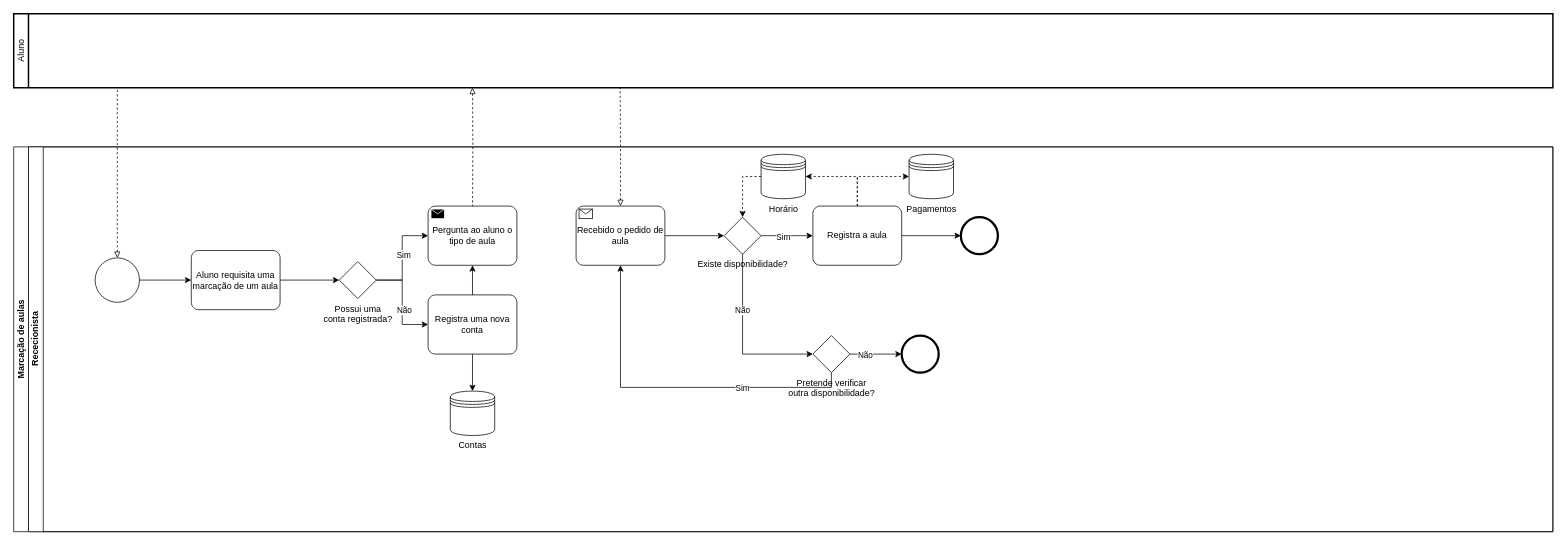
This is projeto1_marcacao_de_aulas.drawio from Leonardov5/draw.io, a draw.io file, before an edit. Source tidied: cells renumbered, new cells numbered last; positions are measured from the earlier drawing's top-left corner, leaving out a move shared by most shapes. Both pictures are drawn from the tidied source at 74%, with x=0, y=0 at pixel (13, 13).
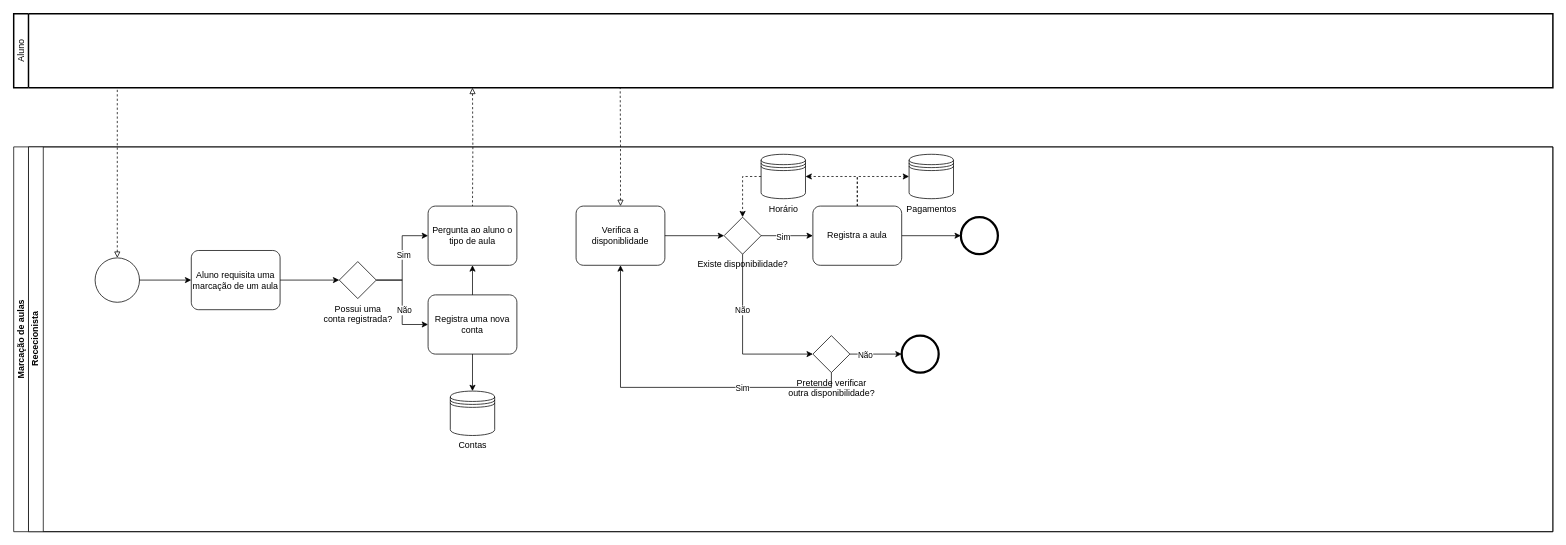
The same page after the edit.

The change refers to these unchanged cells:
```xml
<mxCell id="3" value="&lt;div&gt;Rececionista&lt;/div&gt;" style="swimlane;html=1;startSize=20;horizontal=0;" parent="2" vertex="1">
  <mxGeometry x="20" width="2060" height="520" as="geometry" />
</mxCell>
```

Change to the diagram source:
```diff
@@
-    <mxCell id="17" value="Pergunta ao aluno o tipo de aula" style="points=[[0.25,0,0],[0.5,0,0],[0.75,0,0],[1,0.25,0],[1,0.5,0],[1,0.75,0],[0.75,1,0],[0.5,1,0],[0.25,1,0],[0,0.75,0],[0,0.5,0],[0,0.25,0]];shape=mxgraph.bpmn.task;whiteSpace=wrap;rectStyle=rounded;size=10;html=1;taskMarker=send;" parent="3" vertex="1">
+    <mxCell id="17" value="Pergunta ao aluno o tipo de aula" style="points=[[0.25,0,0],[0.5,0,0],[0.75,0,0],[1,0.25,0],[1,0.5,0],[1,0.75,0],[0.75,1,0],[0.5,1,0],[0.25,1,0],[0,0.75,0],[0,0.5,0],[0,0.25,0]];shape=mxgraph.bpmn.task;whiteSpace=wrap;rectStyle=rounded;size=10;html=1;taskMarker=abstract;" parent="3" vertex="1">
       <mxGeometry x="540" y="80" width="120" height="80" as="geometry" />
     </mxCell>
@@
-    <mxCell id="19" value="Recebido o pedido de aula" style="points=[[0.25,0,0],[0.5,0,0],[0.75,0,0],[1,0.25,0],[1,0.5,0],[1,0.75,0],[0.75,1,0],[0.5,1,0],[0.25,1,0],[0,0.75,0],[0,0.5,0],[0,0.25,0]];shape=mxgraph.bpmn.task;whiteSpace=wrap;rectStyle=rounded;size=10;html=1;taskMarker=receive;" parent="3" vertex="1">
+    <mxCell id="19" value="Verifica a disponiblidade" style="points=[[0.25,0,0],[0.5,0,0],[0.75,0,0],[1,0.25,0],[1,0.5,0],[1,0.75,0],[0.75,1,0],[0.5,1,0],[0.25,1,0],[0,0.75,0],[0,0.5,0],[0,0.25,0]];shape=mxgraph.bpmn.task;whiteSpace=wrap;rectStyle=rounded;size=10;html=1;taskMarker=abstract;" parent="3" vertex="1">
       <mxGeometry x="740" y="80" width="120" height="80" as="geometry" />
     </mxCell>
```
